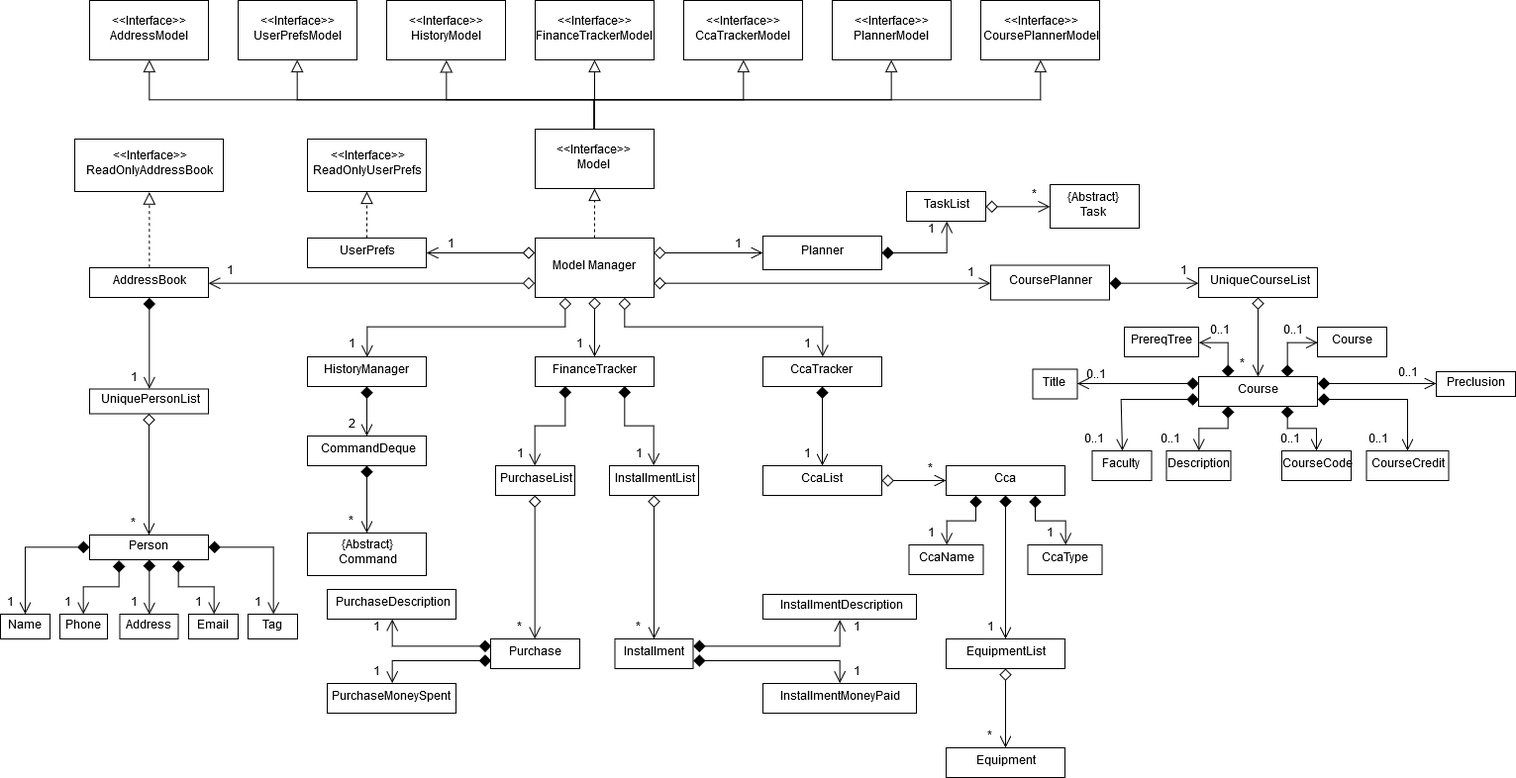
AY1920S1-CS2103T-T10-1/main keeps this draw.io diagram as images/ModelDiagram.png. Above is the earlier version. Source tidied: cells renumbered, new cells last; positions are measured from the earlier drawing's top-left corner, leaving out a move shared by most shapes.
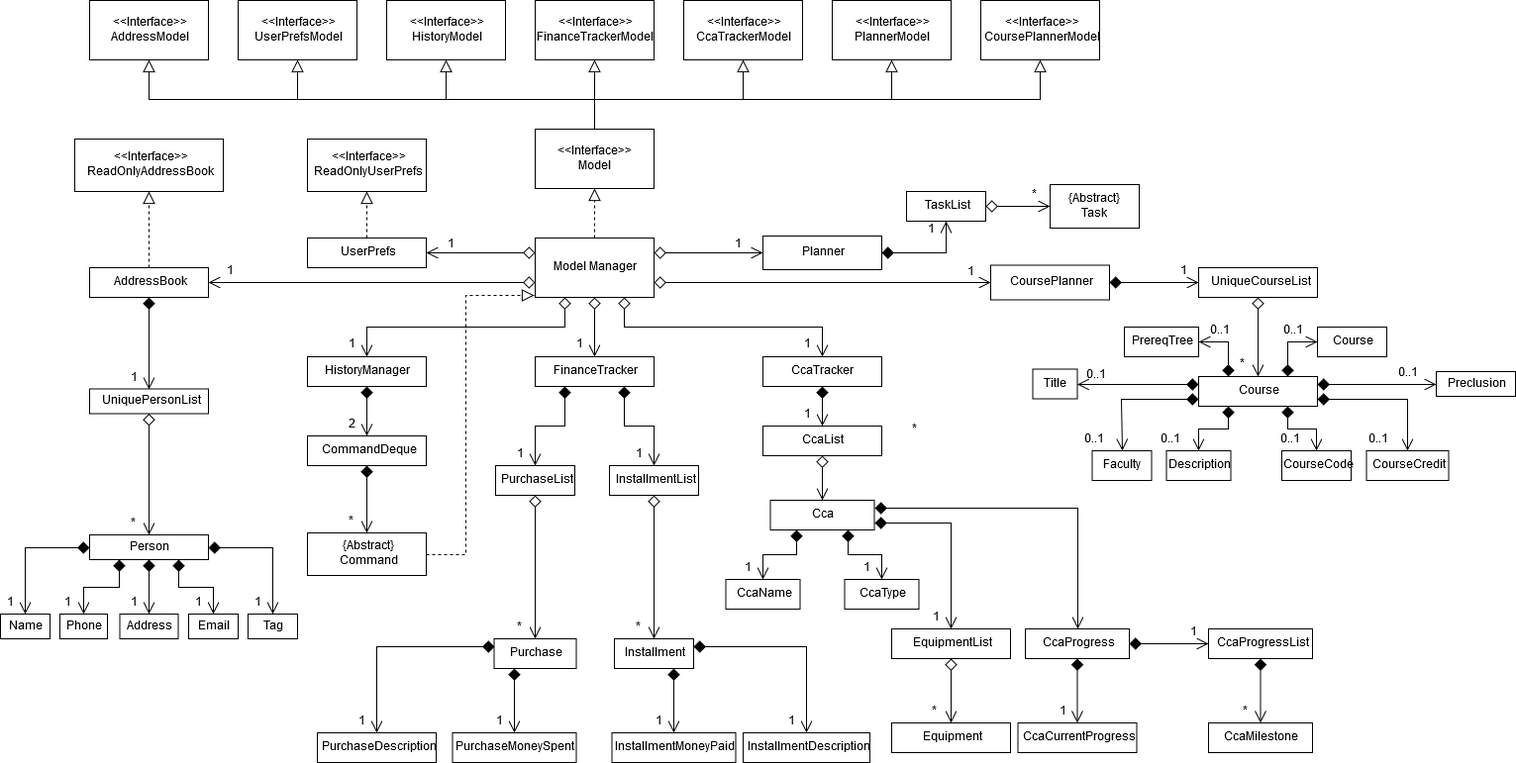
The same diagram one commit later.

Diff of the diagram source:
```diff
@@ -190,34 +190,58 @@
       <mxGeometry relative="1" as="geometry" />
     </mxCell>
     <mxCell id="52" value="CcaList" style="rounded=0;whiteSpace=wrap;html=1;" parent="1" vertex="1">
-      <mxGeometry x="770" y="470" width="120" height="30" as="geometry" />
+      <mxGeometry x="770" y="430" width="120" height="30" as="geometry" />
     </mxCell>
     <mxCell id="53" style="edgeStyle=orthogonalEdgeStyle;rounded=0;jettySize=auto;html=1;startArrow=diamond;startFill=1;startSize=10;endArrow=open;endFill=0;endSize=10;strokeWidth=1;exitX=0.25;exitY=1;exitDx=0;exitDy=0;" parent="1" edge="1" source="56" target="61">
       <mxGeometry relative="1" as="geometry" />
     </mxCell>
+    <mxCell id="55" style="edgeStyle=orthogonalEdgeStyle;rounded=0;jettySize=auto;html=1;startArrow=diamond;startFill=1;startSize=10;endArrow=open;endFill=0;endSize=10;strokeWidth=1;exitX=1;exitY=0.75;exitDx=0;exitDy=0;" parent="1" edge="1" source="56" target="58">
+      <mxGeometry relative="1" as="geometry" />
+    </mxCell>
-    <mxCell id="54" style="edgeStyle=orthogonalEdgeStyle;rounded=0;jettySize=auto;html=1;startArrow=diamond;startFill=1;startSize=10;endArrow=open;endFill=0;endSize=10;strokeWidth=1;exitX=0.75;exitY=1;exitDx=0;exitDy=0;" parent="1" edge="1" source="56" target="60">
+    <mxCell id="54" style="edgeStyle=orthogonalEdgeStyle;rounded=0;jettySize=auto;html=1;startArrow=diamond;startFill=1;startSize=10;endArrow=open;endFill=0;endSize=10;exitX=0.75;exitY=1;exitDx=0;exitDy=0;" parent="1" edge="1" source="56" target="60">
       <mxGeometry relative="1" as="geometry" />
     </mxCell>
-    <mxCell id="55" style="edgeStyle=orthogonalEdgeStyle;rounded=0;jettySize=auto;html=1;startArrow=diamond;startFill=1;startSize=10;endArrow=open;endFill=0;endSize=10;strokeWidth=1;" parent="1" edge="1" source="56" target="58">
-      <mxGeometry relative="1" as="geometry" />
-    </mxCell>
+    <mxCell id="150" style="edgeStyle=orthogonalEdgeStyle;rounded=0;jettySize=auto;html=1;startArrow=diamond;startFill=1;startSize=10;endArrow=open;endFill=0;endSize=10;exitX=1;exitY=0.25;exitDx=0;exitDy=0;" parent="1" edge="1" source="56" target="153">
+      <mxGeometry relative="1" as="geometry" />
+    </mxCell>
     <mxCell id="56" value="Cca" style="rounded=0;whiteSpace=wrap;html=1;" parent="1" vertex="1">
-      <mxGeometry x="955" y="470" width="120" height="30" as="geometry" />
+      <mxGeometry x="777.5" y="505" width="105" height="30" as="geometry" />
     </mxCell>
+    <mxCell id="151" style="edgeStyle=orthogonalEdgeStyle;rounded=0;jettySize=auto;html=1;startArrow=diamond;startFill=1;startSize=10;endArrow=open;endFill=0;endSize=10;" parent="1" edge="1" source="153" target="157">
+      <mxGeometry relative="1" as="geometry" />
+    </mxCell>
+    <mxCell id="152" style="edgeStyle=orthogonalEdgeStyle;rounded=0;jettySize=auto;html=1;startArrow=diamond;startFill=1;startSize=10;endArrow=open;endFill=0;endSize=10;" parent="1" edge="1" source="153" target="155">
+      <mxGeometry relative="1" as="geometry" />
+    </mxCell>
+    <mxCell id="153" value="CcaProgress" style="rounded=0;whiteSpace=wrap;html=1;" parent="1" vertex="1">
+      <mxGeometry x="1035" y="635" width="105" height="30" as="geometry" />
+    </mxCell>
+    <mxCell id="154" style="edgeStyle=orthogonalEdgeStyle;rounded=0;jettySize=auto;html=1;startArrow=diamond;startFill=1;startSize=10;endArrow=open;endFill=0;endSize=10;" parent="1" edge="1" source="155" target="156">
+      <mxGeometry relative="1" as="geometry" />
+    </mxCell>
+    <mxCell id="155" value="CcaProgressList" style="rounded=0;whiteSpace=wrap;html=1;" parent="1" vertex="1">
+      <mxGeometry x="1220" y="635" width="105" height="30" as="geometry" />
+    </mxCell>
+    <mxCell id="156" value="CcaMilestone" style="rounded=0;whiteSpace=wrap;html=1;" parent="1" vertex="1">
+      <mxGeometry x="1220" y="730" width="105" height="30" as="geometry" />
+    </mxCell>
+    <mxCell id="157" value="CcaCurrentProgress" style="rounded=0;whiteSpace=wrap;html=1;" parent="1" vertex="1">
+      <mxGeometry x="1027.5" y="730" width="120" height="30" as="geometry" />
+    </mxCell>
     <mxCell id="57" style="edgeStyle=orthogonalEdgeStyle;rounded=0;jettySize=auto;html=1;startArrow=diamond;startFill=0;startSize=10;endArrow=open;endFill=0;endSize=10;strokeWidth=1;" parent="1" edge="1" source="58" target="59">
       <mxGeometry relative="1" as="geometry" />
     </mxCell>
     <mxCell id="58" value="EquipmentList" style="rounded=0;whiteSpace=wrap;html=1;" parent="1" vertex="1">
-      <mxGeometry x="955" y="645" width="120" height="30" as="geometry" />
+      <mxGeometry x="900" y="635" width="120" height="30" as="geometry" />
     </mxCell>
     <mxCell id="59" value="Equipment" style="rounded=0;whiteSpace=wrap;html=1;" parent="1" vertex="1">
-      <mxGeometry x="955" y="755" width="120" height="30" as="geometry" />
+      <mxGeometry x="900" y="730" width="120" height="30" as="geometry" />
     </mxCell>
     <mxCell id="60" value="CcaType" style="rounded=0;whiteSpace=wrap;html=1;" parent="1" vertex="1">
-      <mxGeometry x="1037.5" y="550" width="75" height="30" as="geometry" />
+      <mxGeometry x="852.5" y="585" width="75" height="30" as="geometry" />
     </mxCell>
     <mxCell id="61" value="CcaName" style="rounded=0;whiteSpace=wrap;html=1;" parent="1" vertex="1">
-      <mxGeometry x="917.5" y="550" width="75" height="30" as="geometry" />
+      <mxGeometry x="732.5" y="585" width="75" height="30" as="geometry" />
     </mxCell>
     <mxCell id="62" style="edgeStyle=orthogonalEdgeStyle;rounded=0;jettySize=auto;html=1;startArrow=diamond;startFill=1;startSize=10;endArrow=open;endFill=0;endSize=10;strokeWidth=1;exitX=0.25;exitY=1;exitDx=0;exitDy=0;" parent="1" edge="1" source="64" target="66">
       <mxGeometry relative="1" as="geometry" />
@@ -237,14 +261,14 @@
     <mxCell id="67" style="edgeStyle=orthogonalEdgeStyle;rounded=0;jettySize=auto;html=1;startArrow=diamond;startFill=1;startSize=10;endArrow=open;endFill=0;endSize=10;strokeWidth=1;exitX=0;exitY=0.25;exitDx=0;exitDy=0;" parent="1" edge="1" source="69" target="70">
       <mxGeometry relative="1" as="geometry" />
     </mxCell>
-    <mxCell id="68" style="edgeStyle=orthogonalEdgeStyle;rounded=0;jettySize=auto;html=1;startArrow=diamond;startFill=1;startSize=10;endArrow=open;endFill=0;endSize=10;strokeWidth=1;exitX=0;exitY=0.75;exitDx=0;exitDy=0;entryX=0.5;entryY=0;entryDx=0;entryDy=0;" parent="1" edge="1" source="69" target="99">
+    <mxCell id="68" style="edgeStyle=orthogonalEdgeStyle;rounded=0;jettySize=auto;html=1;startArrow=diamond;startFill=1;startSize=10;endArrow=open;endFill=0;endSize=10;exitX=0.25;exitY=1;exitDx=0;exitDy=0;" parent="1" edge="1" source="69" target="99">
       <mxGeometry relative="1" as="geometry" />
     </mxCell>
     <mxCell id="69" value="Purchase" style="rounded=0;whiteSpace=wrap;html=1;" parent="1" vertex="1">
-      <mxGeometry x="495" y="645" width="90" height="30" as="geometry" />
+      <mxGeometry x="498.5" y="645" width="83" height="30" as="geometry" />
     </mxCell>
     <mxCell id="70" value="PurchaseDescription" style="rounded=0;whiteSpace=wrap;html=1;" parent="1" vertex="1">
-      <mxGeometry x="330" y="595" width="130" height="30" as="geometry" />
+      <mxGeometry x="320" y="740" width="120" height="30" as="geometry" />
     </mxCell>
     <mxCell id="71" style="edgeStyle=orthogonalEdgeStyle;rounded=0;jettySize=auto;html=1;startArrow=diamond;startFill=1;startSize=10;endArrow=open;endFill=0;endSize=10;strokeWidth=1;" parent="1" edge="1" source="72" target="74">
       <mxGeometry relative="1" as="geometry" />
@@ -258,6 +282,14 @@
     <mxCell id="74" value="CommandDeque" style="rounded=0;whiteSpace=wrap;html=1;" parent="1" vertex="1">
       <mxGeometry x="310" y="440" width="120" height="30" as="geometry" />
     </mxCell>
+    <mxCell id="158" style="edgeStyle=orthogonalEdgeStyle;rounded=0;jettySize=auto;html=1;startArrow=none;startFill=0;startSize=10;endArrow=block;endFill=0;endSize=10;dashed=1;entryX=-0.008;entryY=0.967;entryDx=0;entryDy=0;entryPerimeter=0;" parent="1" edge="1" source="75" target="23">
+      <mxGeometry relative="1" as="geometry">
+        <Array as="points">
+          <mxPoint x="470" y="560" />
+          <mxPoint x="470" y="298" />
+        </Array>
+      </mxGeometry>
+    </mxCell>
     <mxCell id="75" value="{Abstract}&lt;br&gt;&lt;div&gt;Command&lt;/div&gt;" style="rounded=0;whiteSpace=wrap;html=1;" parent="1" vertex="1">
       <mxGeometry x="310" y="538" width="120" height="43" as="geometry" />
     </mxCell>
@@ -331,7 +363,7 @@
       <mxGeometry relative="1" as="geometry" />
     </mxCell>
     <mxCell id="99" value="PurchaseMoneySpent" style="rounded=0;whiteSpace=wrap;html=1;" parent="1" vertex="1">
-      <mxGeometry x="330" y="690" width="130" height="30" as="geometry" />
+      <mxGeometry x="456.5" y="740" width="125" height="30" as="geometry" />
     </mxCell>
     <mxCell id="100" style="edgeStyle=orthogonalEdgeStyle;rounded=0;jettySize=auto;html=1;startArrow=diamond;startFill=0;startSize=10;endArrow=open;endFill=0;endSize=10;strokeWidth=1;" parent="1" edge="1" source="101" target="104">
       <mxGeometry relative="1" as="geometry" />
@@ -339,20 +371,20 @@
     <mxCell id="101" value="InstallmentList" style="rounded=0;whiteSpace=wrap;html=1;" parent="1" vertex="1">
       <mxGeometry x="615" y="470" width="90" height="30" as="geometry" />
     </mxCell>
-    <mxCell id="102" style="edgeStyle=orthogonalEdgeStyle;rounded=0;jettySize=auto;html=1;startArrow=diamond;startFill=1;startSize=10;endArrow=open;endFill=0;endSize=10;strokeWidth=1;entryX=0.5;entryY=1;entryDx=0;entryDy=0;exitX=1;exitY=0.25;exitDx=0;exitDy=0;" parent="1" edge="1" source="104" target="106">
+    <mxCell id="102" style="edgeStyle=orthogonalEdgeStyle;rounded=0;jettySize=auto;html=1;startArrow=diamond;startFill=1;startSize=10;endArrow=open;endFill=0;endSize=10;strokeWidth=1;entryX=0.5;entryY=0;entryDx=0;entryDy=0;exitX=1;exitY=0.25;exitDx=0;exitDy=0;" parent="1" edge="1" source="104" target="106">
       <mxGeometry relative="1" as="geometry" />
     </mxCell>
-    <mxCell id="103" style="edgeStyle=orthogonalEdgeStyle;rounded=0;jettySize=auto;html=1;startArrow=diamond;startFill=1;startSize=10;endArrow=open;endFill=0;endSize=10;strokeWidth=1;exitX=1;exitY=0.75;exitDx=0;exitDy=0;entryX=0.5;entryY=0;entryDx=0;entryDy=0;" parent="1" edge="1" source="104" target="105">
+    <mxCell id="103" style="edgeStyle=orthogonalEdgeStyle;rounded=0;jettySize=auto;html=1;startArrow=diamond;startFill=1;startSize=10;endArrow=open;endFill=0;endSize=10;strokeWidth=1;entryX=0.5;entryY=0;entryDx=0;entryDy=0;exitX=0.75;exitY=1;exitDx=0;exitDy=0;" parent="1" edge="1" source="104" target="105">
       <mxGeometry relative="1" as="geometry" />
     </mxCell>
     <mxCell id="104" value="Installment" style="rounded=0;whiteSpace=wrap;html=1;" parent="1" vertex="1">
-      <mxGeometry x="620.5" y="645" width="79" height="30" as="geometry" />
+      <mxGeometry x="620" y="645" width="80" height="30" as="geometry" />
     </mxCell>
     <mxCell id="105" value="InstallmentMoneyPaid" style="rounded=0;whiteSpace=wrap;html=1;" parent="1" vertex="1">
-      <mxGeometry x="770" y="690" width="155" height="30" as="geometry" />
+      <mxGeometry x="617.5" y="740" width="125" height="30" as="geometry" />
     </mxCell>
     <mxCell id="106" value="InstallmentDescription" style="rounded=0;whiteSpace=wrap;html=1;" parent="1" vertex="1">
-      <mxGeometry x="770" y="600" width="155" height="25" as="geometry" />
+      <mxGeometry x="750" y="740" width="128" height="30" as="geometry" />
     </mxCell>
     <mxCell id="107" value="1" style="text;html=1;align=left;verticalAlign=top;spacingTop=-4;" parent="1" vertex="1">
       <mxGeometry x="227" y="265" width="20" height="20" as="geometry" />
@@ -415,34 +447,34 @@
       <mxGeometry x="640" y="625" width="20" height="20" as="geometry" />
     </mxCell>
     <mxCell id="127" value="1" style="text;html=1;align=left;verticalAlign=top;spacingTop=-4;" parent="1" vertex="1">
-      <mxGeometry x="375" y="625" width="20" height="20" as="geometry" />
+      <mxGeometry x="360" y="720" width="20" height="20" as="geometry" />
     </mxCell>
     <mxCell id="128" value="1" style="text;html=1;align=left;verticalAlign=top;spacingTop=-4;" parent="1" vertex="1">
-      <mxGeometry x="375" y="670" width="20" height="20" as="geometry" />
+      <mxGeometry x="498.5" y="720" width="20" height="20" as="geometry" />
     </mxCell>
     <mxCell id="129" value="1" style="text;html=1;align=left;verticalAlign=top;spacingTop=-4;direction=south;" parent="1" vertex="1">
-      <mxGeometry x="860" y="625" width="20" height="20" as="geometry" />
+      <mxGeometry x="794" y="720" width="20" height="20" as="geometry" />
     </mxCell>
     <mxCell id="130" value="1" style="text;html=1;align=left;verticalAlign=top;spacingTop=-4;" parent="1" vertex="1">
-      <mxGeometry x="860" y="670" width="20" height="20" as="geometry" />
+      <mxGeometry x="660" y="720" width="20" height="20" as="geometry" />
     </mxCell>
     <mxCell id="131" value="1" style="text;html=1;align=left;verticalAlign=top;spacingTop=-4;" parent="1" vertex="1">
-      <mxGeometry x="810" y="450" width="20" height="20" as="geometry" />
+      <mxGeometry x="810" y="410" width="20" height="20" as="geometry" />
     </mxCell>
     <mxCell id="132" value="*" style="text;html=1;align=left;verticalAlign=top;spacingTop=-4;" parent="1" vertex="1">
-      <mxGeometry x="935" y="465" width="20" height="20" as="geometry" />
+      <mxGeometry x="919" y="425" width="20" height="20" as="geometry" />
     </mxCell>
     <mxCell id="133" value="1" style="text;html=1;align=left;verticalAlign=top;spacingTop=-4;" parent="1" vertex="1">
-      <mxGeometry x="935" y="530" width="20" height="20" as="geometry" />
+      <mxGeometry x="750" y="565" width="20" height="20" as="geometry" />
     </mxCell>
     <mxCell id="134" value="1" style="text;html=1;align=left;verticalAlign=top;spacingTop=-4;" parent="1" vertex="1">
-      <mxGeometry x="995" y="625" width="20" height="20" as="geometry" />
+      <mxGeometry x="940" y="615" width="20" height="20" as="geometry" />
     </mxCell>
     <mxCell id="135" value="1" style="text;html=1;align=left;verticalAlign=top;spacingTop=-4;" parent="1" vertex="1">
-      <mxGeometry x="1055" y="530" width="20" height="20" as="geometry" />
+      <mxGeometry x="870" y="565" width="20" height="20" as="geometry" />
     </mxCell>
     <mxCell id="136" value="*" style="text;html=1;align=left;verticalAlign=top;spacingTop=-4;" parent="1" vertex="1">
-      <mxGeometry x="995" y="735" width="20" height="20" as="geometry" />
+      <mxGeometry x="939" y="710" width="20" height="20" as="geometry" />
     </mxCell>
     <mxCell id="137" value="1" style="text;html=1;align=left;verticalAlign=top;spacingTop=-4;" parent="1" vertex="1">
       <mxGeometry x="1190" y="265" width="20" height="20" as="geometry" />
@@ -483,5 +515,14 @@
     <mxCell id="149" value="0..1" style="text;html=1;align=left;verticalAlign=top;spacingTop=-4;" parent="1" vertex="1">
       <mxGeometry x="1092.5" y="435" width="40" height="20" as="geometry" />
     </mxCell>
+    <mxCell id="159" value="1" style="text;html=1;align=left;verticalAlign=top;spacingTop=-4;" parent="1" vertex="1">
+      <mxGeometry x="1067.5" y="710" width="20" height="20" as="geometry" />
+    </mxCell>
+    <mxCell id="160" value="1" style="text;html=1;align=left;verticalAlign=top;spacingTop=-4;" parent="1" vertex="1">
+      <mxGeometry x="1200" y="630" width="20" height="20" as="geometry" />
+    </mxCell>
+    <mxCell id="161" value="*" style="text;html=1;align=left;verticalAlign=top;spacingTop=-4;" parent="1" vertex="1">
+      <mxGeometry x="1252.5" y="710" width="20" height="20" as="geometry" />
+    </mxCell>
   </root>
 </mxGraphModel>
```
